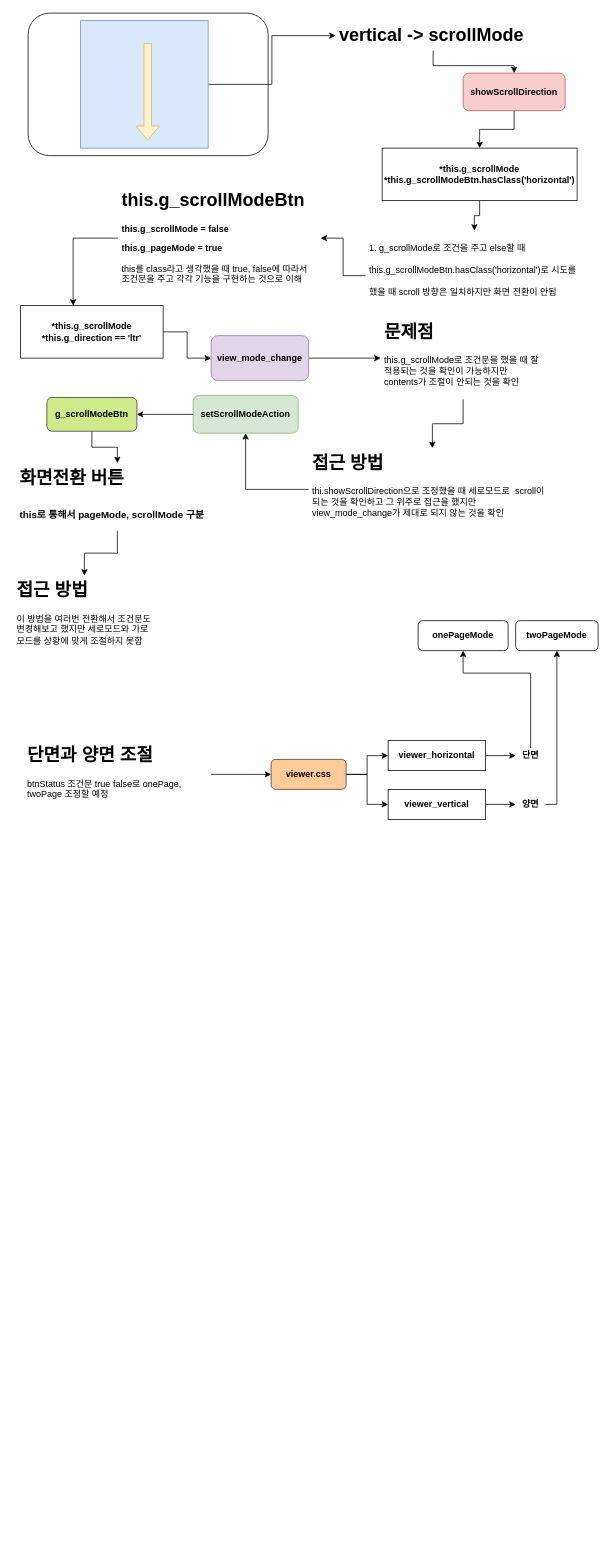
Earlier version of the draw.io diagram Untitled Diagram.drawio (junhee916/basic_Modify). Source tidied: cells renumbered, new cells numbered last; positions are measured from the earlier drawing's top-left corner, leaving out a move shared by most shapes. Both pictures are drawn from the tidied source at 75%, with x=0, y=0 at pixel (13, 13).
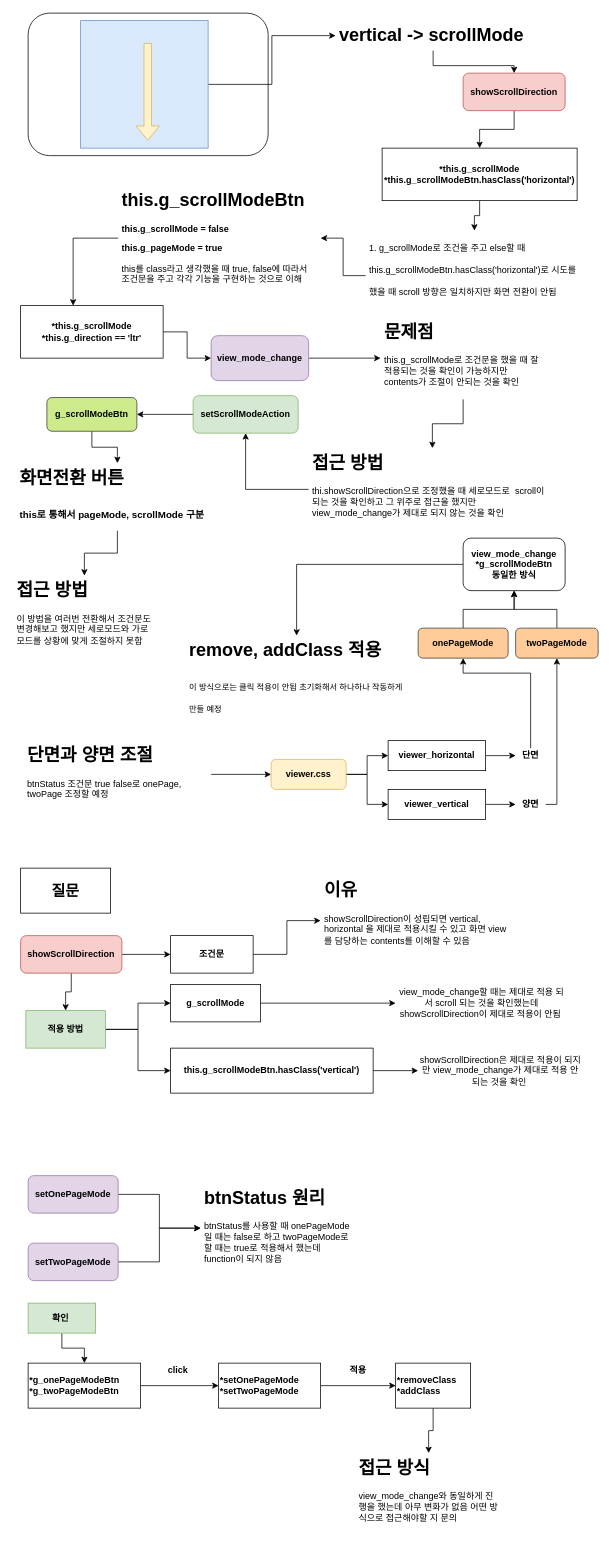
The same page after the edit.

Change to the diagram source:
```diff
@@
-    <mxCell id="36" value="&lt;b&gt;viewer.css&lt;/b&gt;" style="rounded=1;whiteSpace=wrap;html=1;fillColor=#ffcc99;strokeColor=#36393d;" parent="1" vertex="1">
+    <mxCell id="36" value="&lt;b&gt;viewer.css&lt;/b&gt;" style="rounded=1;whiteSpace=wrap;html=1;fillColor=#fff2cc;strokeColor=#d6b656;" parent="1" vertex="1">
       <mxGeometry x="344" y="995" width="100" height="40" as="geometry" />
     </mxCell>
@@
+    <mxCell id="47" style="edgeStyle=orthogonalEdgeStyle;rounded=0;jettySize=auto;html=1;entryX=0.5;entryY=1;entryDx=0;entryDy=0;" parent="1" edge="1" source="45" target="50">
+      <mxGeometry relative="1" as="geometry" />
+    </mxCell>
-    <mxCell id="45" value="&lt;b&gt;onePageMode&lt;/b&gt;" style="rounded=1;whiteSpace=wrap;html=1;" parent="1" vertex="1">
-      <mxGeometry x="540" y="810" width="120" height="40" as="geometry" />
+    <mxCell id="45" value="&lt;b&gt;onePageMode&lt;/b&gt;" style="rounded=1;whiteSpace=wrap;html=1;fillColor=#ffcc99;strokeColor=#36393d;" parent="1" vertex="1">
+      <mxGeometry x="540" y="820" width="120" height="40" as="geometry" />
     </mxCell>
+    <mxCell id="48" style="edgeStyle=orthogonalEdgeStyle;rounded=0;jettySize=auto;html=1;" parent="1" edge="1" source="46" target="50">
+      <mxGeometry relative="1" as="geometry" />
+    </mxCell>
-    <mxCell id="46" value="&lt;b&gt;twoPageMode&lt;/b&gt;" style="rounded=1;whiteSpace=wrap;html=1;" parent="1" vertex="1">
-      <mxGeometry x="670" y="810" width="110" height="40" as="geometry" />
+    <mxCell id="46" value="&lt;b&gt;twoPageMode&lt;/b&gt;" style="rounded=1;whiteSpace=wrap;html=1;fillColor=#ffcc99;strokeColor=#36393d;" parent="1" vertex="1">
+      <mxGeometry x="670" y="820" width="110" height="40" as="geometry" />
     </mxCell>
+    <mxCell id="49" style="edgeStyle=orthogonalEdgeStyle;rounded=0;jettySize=auto;html=1;" parent="1" edge="1" source="50" target="51">
+      <mxGeometry relative="1" as="geometry" />
+    </mxCell>
+    <mxCell id="50" value="&lt;b&gt;view_mode_change&lt;br&gt;*g_scrollModeBtn&lt;br&gt;동일한 방식&lt;br&gt;&lt;/b&gt;" style="rounded=1;whiteSpace=wrap;html=1;" parent="1" vertex="1">
+      <mxGeometry x="600" y="700" width="136" height="70" as="geometry" />
+    </mxCell>
+    <mxCell id="51" value="&lt;h1&gt;&lt;span&gt;remove, addClass 적용&amp;nbsp;&lt;/span&gt;&lt;/h1&gt;&lt;h1&gt;&lt;span style=&quot;font-weight: normal&quot;&gt;&lt;font style=&quot;font-size: 11px&quot;&gt;이 방식으로는 클릭 적용이 안됨 초기화해서 하나하나 작동하게 만들 예정&amp;nbsp;&lt;/font&gt;&lt;/span&gt;&lt;/h1&gt;" style="text;html=1;strokeColor=none;fillColor=none;spacing=5;spacingTop=-20;whiteSpace=wrap;overflow=hidden;rounded=0;" parent="1" vertex="1">
+      <mxGeometry x="230" y="830" width="296" height="110" as="geometry" />
+    </mxCell>
+    <mxCell id="52" value="&lt;font style=&quot;font-size: 20px&quot;&gt;&lt;b&gt;질문&lt;/b&gt;&lt;/font&gt;" style="rounded=0;whiteSpace=wrap;html=1;" parent="1" vertex="1">
+      <mxGeometry x="10" y="1140" width="120" height="60" as="geometry" />
+    </mxCell>
+    <mxCell id="53" style="edgeStyle=orthogonalEdgeStyle;rounded=0;jettySize=auto;html=1;" parent="1" edge="1" source="55" target="57">
+      <mxGeometry relative="1" as="geometry" />
+    </mxCell>
+    <mxCell id="54" style="edgeStyle=orthogonalEdgeStyle;rounded=0;jettySize=auto;html=1;entryX=0.5;entryY=0;entryDx=0;entryDy=0;" parent="1" edge="1" source="55" target="61">
+      <mxGeometry relative="1" as="geometry" />
+    </mxCell>
+    <mxCell id="55" value="&lt;b&gt;showScrollDirection&lt;/b&gt;" style="rounded=1;whiteSpace=wrap;html=1;fillColor=#f8cecc;strokeColor=#b85450;" parent="1" vertex="1">
+      <mxGeometry x="10" y="1230" width="135" height="50" as="geometry" />
+    </mxCell>
+    <mxCell id="56" style="edgeStyle=orthogonalEdgeStyle;rounded=0;jettySize=auto;html=1;entryX=0;entryY=0.5;entryDx=0;entryDy=0;" parent="1" edge="1" source="57" target="58">
+      <mxGeometry relative="1" as="geometry" />
+    </mxCell>
+    <mxCell id="57" value="&lt;b&gt;조건문&lt;/b&gt;" style="rounded=0;whiteSpace=wrap;html=1;" parent="1" vertex="1">
+      <mxGeometry x="210" y="1230" width="110" height="50" as="geometry" />
+    </mxCell>
+    <mxCell id="58" value="&lt;h1&gt;이유&lt;/h1&gt;&lt;p&gt;showScrollDirection이 성립되면&amp;nbsp;&lt;span&gt;vertical, horizontal 을 제대로 적용시킬 수 있고 화면 view를 담당하는 contents를 이해할 수 있음&amp;nbsp;&lt;/span&gt;&lt;/p&gt;" style="text;html=1;strokeColor=none;fillColor=none;spacing=5;spacingTop=-20;whiteSpace=wrap;overflow=hidden;rounded=0;" parent="1" vertex="1">
+      <mxGeometry x="410" y="1150" width="260" height="120" as="geometry" />
+    </mxCell>
+    <mxCell id="59" style="edgeStyle=orthogonalEdgeStyle;rounded=0;jettySize=auto;html=1;entryX=0;entryY=0.5;entryDx=0;entryDy=0;" parent="1" edge="1" source="61" target="63">
+      <mxGeometry relative="1" as="geometry" />
+    </mxCell>
+    <mxCell id="60" style="edgeStyle=orthogonalEdgeStyle;rounded=0;jettySize=auto;html=1;entryX=0;entryY=0.5;entryDx=0;entryDy=0;" parent="1" edge="1" source="61" target="66">
+      <mxGeometry relative="1" as="geometry" />
+    </mxCell>
+    <mxCell id="61" value="&lt;b&gt;적용 방법&lt;/b&gt;" style="rounded=0;whiteSpace=wrap;html=1;fillColor=#d5e8d4;strokeColor=#82b366;" parent="1" vertex="1">
+      <mxGeometry x="17" y="1330" width="106" height="50" as="geometry" />
+    </mxCell>
+    <mxCell id="62" style="edgeStyle=orthogonalEdgeStyle;rounded=0;jettySize=auto;html=1;" parent="1" edge="1" source="63" target="64">
+      <mxGeometry relative="1" as="geometry" />
+    </mxCell>
+    <mxCell id="63" value="&lt;b&gt;g_scrollMode&lt;/b&gt;" style="rounded=0;whiteSpace=wrap;html=1;" parent="1" vertex="1">
+      <mxGeometry x="210" y="1295" width="120" height="50" as="geometry" />
+    </mxCell>
+    <mxCell id="64" value="view_mode_change할 때는 제대로 적용 되서 scroll 되는 것을 확인했는데 showScrollDirection이 제대로 적용이 안됨&amp;nbsp;" style="text;html=1;strokeColor=none;fillColor=none;align=center;verticalAlign=middle;whiteSpace=wrap;rounded=0;" parent="1" vertex="1">
+      <mxGeometry x="510" y="1287.5" width="230" height="65" as="geometry" />
+    </mxCell>
+    <mxCell id="65" style="edgeStyle=orthogonalEdgeStyle;rounded=0;jettySize=auto;html=1;entryX=0;entryY=0.5;entryDx=0;entryDy=0;" parent="1" edge="1" source="66" target="67">
+      <mxGeometry relative="1" as="geometry" />
+    </mxCell>
+    <mxCell id="66" value="&lt;b&gt;this.g_scrollModeBtn.hasClass('vertical')&lt;/b&gt;" style="rounded=0;whiteSpace=wrap;html=1;" parent="1" vertex="1">
+      <mxGeometry x="210" y="1380" width="270" height="60" as="geometry" />
+    </mxCell>
+    <mxCell id="67" value="showScrollDirection은 제대로 적용이 되지만 view_mode_change가 제대로 적용 안되는 것을 확인&amp;nbsp;" style="text;html=1;strokeColor=none;fillColor=none;align=center;verticalAlign=middle;whiteSpace=wrap;rounded=0;" parent="1" vertex="1">
+      <mxGeometry x="540" y="1360" width="220" height="100" as="geometry" />
+    </mxCell>
+    <mxCell id="68" style="edgeStyle=orthogonalEdgeStyle;rounded=0;jettySize=auto;html=1;entryX=0;entryY=0.5;entryDx=0;entryDy=0;" parent="1" edge="1" source="69" target="73">
+      <mxGeometry relative="1" as="geometry" />
+    </mxCell>
+    <mxCell id="69" value="&lt;b&gt;setOnePageMode&lt;/b&gt;" style="rounded=1;whiteSpace=wrap;html=1;fillColor=#e1d5e7;strokeColor=#9673a6;" parent="1" vertex="1">
+      <mxGeometry x="20" y="1550" width="120" height="50" as="geometry" />
+    </mxCell>
+    <mxCell id="70" style="edgeStyle=orthogonalEdgeStyle;rounded=0;jettySize=auto;html=1;entryX=0;entryY=0.5;entryDx=0;entryDy=0;" parent="1" edge="1" source="71" target="73">
+      <mxGeometry relative="1" as="geometry" />
+    </mxCell>
+    <mxCell id="71" value="&lt;b&gt;setTwoPageMode&lt;/b&gt;" style="rounded=1;whiteSpace=wrap;html=1;fillColor=#e1d5e7;strokeColor=#9673a6;" parent="1" vertex="1">
+      <mxGeometry x="20" y="1640" width="120" height="50" as="geometry" />
+    </mxCell>
+    <mxCell id="72" style="edgeStyle=orthogonalEdgeStyle;rounded=0;orthogonalLoop=1;jettySize=auto;html=1;exitX=0.5;exitY=1;exitDx=0;exitDy=0;" parent="1" edge="1" source="71" target="71">
+      <mxGeometry relative="1" as="geometry" />
+    </mxCell>
+    <mxCell id="73" value="&lt;h1&gt;&lt;span&gt;btnStatus 원리&lt;/span&gt;&lt;br&gt;&lt;/h1&gt;&lt;div&gt;btnStatus를 사용할 때 onePageMode일 때는 false로 하고 twoPageMode로 할 때는 true로 적용해서 했는데 function이 되지 않음&amp;nbsp;&lt;/div&gt;" style="text;html=1;strokeColor=none;fillColor=none;spacing=5;spacingTop=-20;whiteSpace=wrap;overflow=hidden;rounded=0;" parent="1" vertex="1">
+      <mxGeometry x="250" y="1560" width="206" height="120" as="geometry" />
+    </mxCell>
+    <mxCell id="74" style="edgeStyle=orthogonalEdgeStyle;rounded=0;jettySize=auto;html=1;" parent="1" edge="1" source="75" target="77">
+      <mxGeometry relative="1" as="geometry" />
+    </mxCell>
+    <mxCell id="75" value="&lt;b&gt;확인&amp;nbsp;&lt;/b&gt;" style="rounded=0;whiteSpace=wrap;html=1;fillColor=#d5e8d4;strokeColor=#82b366;" parent="1" vertex="1">
+      <mxGeometry x="20" y="1720" width="90" height="40" as="geometry" />
+    </mxCell>
+    <mxCell id="76" style="edgeStyle=orthogonalEdgeStyle;rounded=0;jettySize=auto;html=1;" parent="1" edge="1" source="77" target="79">
+      <mxGeometry relative="1" as="geometry" />
+    </mxCell>
+    <mxCell id="77" value="&lt;b&gt;*g_onePageModeBtn&lt;br&gt;*g_twoPageModeBtn&lt;/b&gt;" style="rounded=0;whiteSpace=wrap;html=1;align=left;" parent="1" vertex="1">
+      <mxGeometry x="20" y="1800" width="150" height="60" as="geometry" />
+    </mxCell>
+    <mxCell id="78" style="edgeStyle=orthogonalEdgeStyle;rounded=0;jettySize=auto;html=1;" parent="1" edge="1" source="79" target="82">
+      <mxGeometry relative="1" as="geometry" />
+    </mxCell>
+    <mxCell id="79" value="&lt;b&gt;*setOnePageMode&lt;br&gt;*setTwoPageMode&lt;/b&gt;" style="rounded=0;whiteSpace=wrap;html=1;align=left;" parent="1" vertex="1">
+      <mxGeometry x="274" y="1800" width="136" height="60" as="geometry" />
+    </mxCell>
+    <mxCell id="80" value="&lt;b&gt;click&lt;/b&gt;" style="text;html=1;strokeColor=none;fillColor=none;align=center;verticalAlign=middle;whiteSpace=wrap;rounded=0;" parent="1" vertex="1">
+      <mxGeometry x="200" y="1800" width="40" height="20" as="geometry" />
+    </mxCell>
+    <mxCell id="81" style="edgeStyle=orthogonalEdgeStyle;rounded=0;jettySize=auto;html=1;entryX=0.5;entryY=0;entryDx=0;entryDy=0;" parent="1" edge="1" source="82" target="84">
+      <mxGeometry relative="1" as="geometry" />
+    </mxCell>
+    <mxCell id="82" value="&lt;b&gt;*removeClass&lt;br&gt;*addClass&lt;/b&gt;" style="rounded=0;whiteSpace=wrap;html=1;align=left;" parent="1" vertex="1">
+      <mxGeometry x="510" y="1800" width="100" height="60" as="geometry" />
+    </mxCell>
+    <mxCell id="83" value="&lt;b&gt;적용&lt;/b&gt;" style="text;html=1;strokeColor=none;fillColor=none;align=center;verticalAlign=middle;whiteSpace=wrap;rounded=0;" parent="1" vertex="1">
+      <mxGeometry x="440" y="1800" width="40" height="20" as="geometry" />
+    </mxCell>
+    <mxCell id="84" value="&lt;h1&gt;접근 방식&lt;/h1&gt;&lt;p&gt;view_mode_change와 동일하게 진행을 했는데 아무 변화가 없음 어떤 방식으로 접근해야할 지 문의&lt;/p&gt;" style="text;html=1;strokeColor=none;fillColor=none;spacing=5;spacingTop=-20;whiteSpace=wrap;overflow=hidden;rounded=0;" parent="1" vertex="1">
+      <mxGeometry x="456" y="1920" width="196" height="120" as="geometry" />
+    </mxCell>
```
